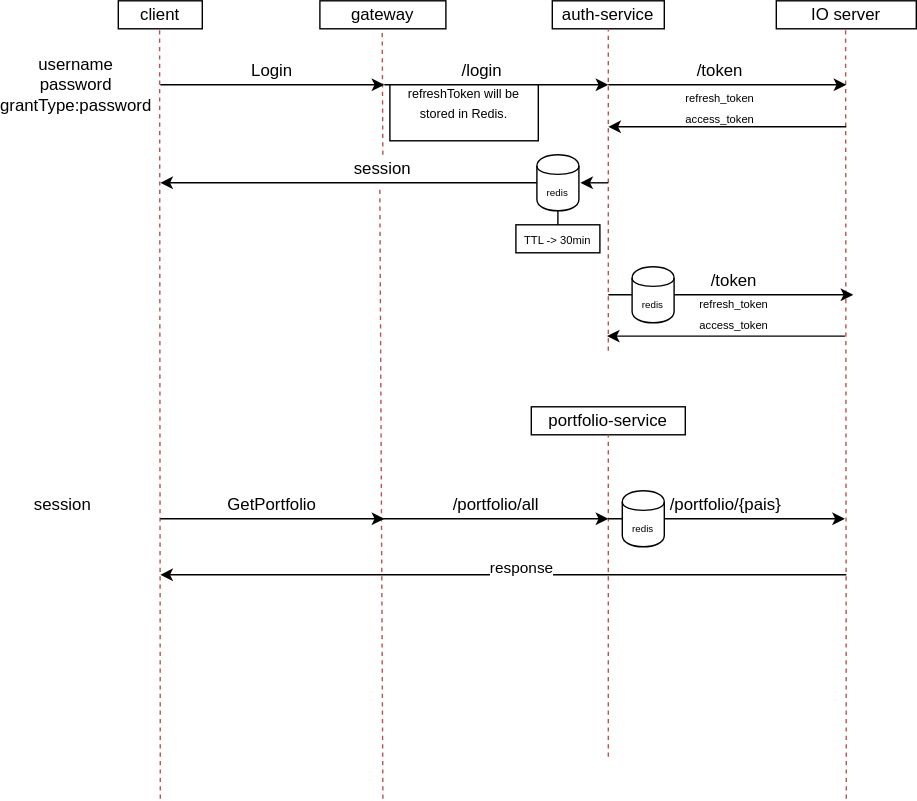
Above: budgetIO.svg in nicolasksq/auth-service-io (draw.io), before the change. Source tidied: cells renumbered, new cells last; positions are measured from the earlier drawing's top-left corner, leaving out a move shared by most shapes.
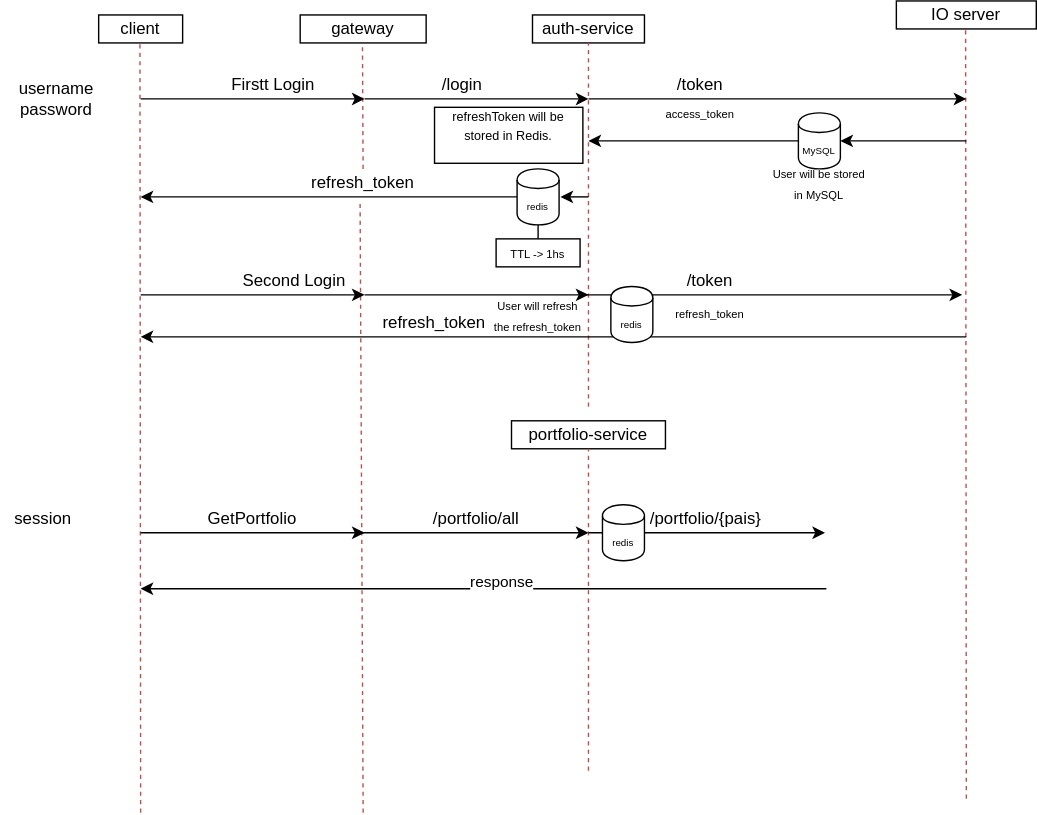
The same diagram one commit later.

The edit, as a diff of the source:
```diff
@@ -15,7 +15,7 @@
       <mxGeometry x="380" width="80" height="20" as="geometry" />
     </mxCell>
     <mxCell id="5" value="IO server" style="rounded=0;whiteSpace=wrap;html=1;" parent="1" vertex="1">
-      <mxGeometry x="540" width="100" height="20" as="geometry" />
+      <mxGeometry x="640" y="-10" width="100" height="20" as="geometry" />
     </mxCell>
     <mxCell id="6" value="gateway" style="rounded=0;whiteSpace=wrap;html=1;" parent="1" vertex="1">
       <mxGeometry x="214" width="90" height="20" as="geometry" />
@@ -27,14 +27,14 @@
     </mxCell>
     <mxCell id="8" style="endArrow=none;dashed=1;html=1;entryX=0.445;entryY=1.1;entryDx=0;entryDy=0;entryPerimeter=0;fillColor=#f8cecc;strokeColor=#b85450;" parent="1" edge="1">
       <mxGeometry relative="1" as="geometry">
-        <mxPoint x="420" y="250" as="sourcePoint" />
+        <mxPoint x="420" y="280" as="sourcePoint" />
         <mxPoint x="420" y="20" as="targetPoint" />
       </mxGeometry>
     </mxCell>
     <mxCell id="9" style="endArrow=none;dashed=1;html=1;entryX=0.445;entryY=1.1;entryDx=0;entryDy=0;entryPerimeter=0;fillColor=#f8cecc;strokeColor=#b85450;" parent="1" edge="1">
       <mxGeometry relative="1" as="geometry">
-        <mxPoint x="590" y="570" as="sourcePoint" />
-        <mxPoint x="589.5" y="20" as="targetPoint" />
+        <mxPoint x="690" y="560" as="sourcePoint" />
+        <mxPoint x="689.5" y="10" as="targetPoint" />
       </mxGeometry>
     </mxCell>
     <mxCell id="10" style="endArrow=classic;html=1;" parent="1" edge="1">
@@ -43,8 +43,8 @@
         <mxPoint x="260" y="60" as="targetPoint" />
       </mxGeometry>
     </mxCell>
-    <mxCell id="11" value="Login&lt;br&gt;" style="text;html=1;strokeColor=none;fillColor=none;align=center;verticalAlign=middle;whiteSpace=wrap;rounded=0;" parent="1" vertex="1">
-      <mxGeometry x="160" y="40" width="40" height="20" as="geometry" />
+    <mxCell id="11" value="Firstt Login" style="text;html=1;strokeColor=none;fillColor=none;align=center;verticalAlign=middle;whiteSpace=wrap;rounded=0;" parent="1" vertex="1">
+      <mxGeometry x="160" y="40" width="70" height="20" as="geometry" />
     </mxCell>
     <mxCell id="12" style="endArrow=classic;html=1;" parent="1" edge="1">
       <mxGeometry relative="1" as="geometry">
@@ -55,7 +55,7 @@
     <mxCell id="13" value="/login" style="text;html=1;strokeColor=none;fillColor=none;align=center;verticalAlign=middle;whiteSpace=wrap;rounded=0;" parent="1" vertex="1">
       <mxGeometry x="310" y="40" width="40" height="20" as="geometry" />
     </mxCell>
-    <mxCell id="14" value="username&lt;br&gt;password&lt;br&gt;grantType:password" style="text;html=1;strokeColor=none;fillColor=none;align=center;verticalAlign=middle;whiteSpace=wrap;rounded=0;" parent="1" vertex="1">
+    <mxCell id="14" value="username&lt;br&gt;password&lt;br&gt;" style="text;html=1;strokeColor=none;fillColor=none;align=center;verticalAlign=middle;whiteSpace=wrap;rounded=0;" parent="1" vertex="1">
       <mxGeometry x="20" y="50" width="40" height="20" as="geometry" />
     </mxCell>
     <mxCell id="15" style="endArrow=classic;html=1;exitX=0;exitY=0.5;exitDx=0;exitDy=0;" parent="1" edge="1" source="23">
@@ -63,7 +63,7 @@
         <mxPoint x="100" y="130" as="targetPoint" />
       </mxGeometry>
     </mxCell>
-    <mxCell id="16" value="session" style="text;html=1;strokeColor=none;fillColor=none;align=center;verticalAlign=middle;whiteSpace=wrap;rounded=0;" parent="1" vertex="1">
+    <mxCell id="16" value="refresh_token" style="text;html=1;strokeColor=none;fillColor=none;align=center;verticalAlign=middle;whiteSpace=wrap;rounded=0;" parent="1" vertex="1">
       <mxGeometry x="239" y="110" width="40" height="20" as="geometry" />
     </mxCell>
     <mxCell id="17" style="endArrow=none;dashed=1;html=1;entryX=0.445;entryY=1.1;entryDx=0;entryDy=0;entryPerimeter=0;fillColor=#f8cecc;strokeColor=#b85450;" parent="1" edge="1" target="16">
@@ -74,23 +74,19 @@
     <mxCell id="18" style="endArrow=classic;html=1;" parent="1" edge="1">
       <mxGeometry relative="1" as="geometry">
         <mxPoint x="420" y="60" as="sourcePoint" />
-        <mxPoint x="590" y="60" as="targetPoint" />
+        <mxPoint x="690" y="60" as="targetPoint" />
       </mxGeometry>
     </mxCell>
     <mxCell id="19" value="/token" style="text;html=1;strokeColor=none;fillColor=none;align=center;verticalAlign=middle;whiteSpace=wrap;rounded=0;" parent="1" vertex="1">
       <mxGeometry x="480" y="40" width="40" height="20" as="geometry" />
     </mxCell>
-    <mxCell id="20" style="endArrow=classic;html=1;" parent="1" edge="1">
+    <mxCell id="20" style="endArrow=classic;html=1;" parent="1" edge="1" source="44">
       <mxGeometry relative="1" as="geometry">
-        <mxPoint x="590" y="90" as="sourcePoint" />
         <mxPoint x="420" y="90" as="targetPoint" />
       </mxGeometry>
     </mxCell>
-    <mxCell id="21" value="&lt;font style=&quot;font-size: 8px&quot;&gt;refresh_token&lt;br&gt;access_token&lt;/font&gt;" style="text;html=1;strokeColor=none;fillColor=none;align=center;verticalAlign=middle;whiteSpace=wrap;rounded=0;" parent="1" vertex="1">
-      <mxGeometry x="480" y="66" width="40" height="20" as="geometry" />
-    </mxCell>
     <mxCell id="22" value="&lt;font style=&quot;font-size: 9px&quot;&gt;refreshToken will be stored in Redis.&lt;br&gt;&lt;br&gt;&lt;/font&gt;" style="rounded=0;whiteSpace=wrap;html=1;" parent="1" vertex="1">
-      <mxGeometry x="264" y="60" width="106" height="40" as="geometry" />
+      <mxGeometry x="310" y="66" width="106" height="40" as="geometry" />
     </mxCell>
     <mxCell id="23" value="&lt;font style=&quot;font-size: 7px&quot;&gt;redis&lt;/font&gt;" style="shape=cylinder;whiteSpace=wrap;html=1;boundedLbl=1;backgroundOutline=1;" parent="1" vertex="1">
       <mxGeometry x="369" y="110" width="30" height="40" as="geometry" />
@@ -101,7 +97,7 @@
         <mxPoint x="400" y="130" as="targetPoint" />
       </mxGeometry>
     </mxCell>
-    <mxCell id="25" value="&lt;font style=&quot;font-size: 8px&quot;&gt;TTL -&amp;gt; 30min&lt;/font&gt;" style="rounded=0;whiteSpace=wrap;html=1;" parent="1" vertex="1">
+    <mxCell id="25" value="&lt;font style=&quot;font-size: 8px&quot;&gt;TTL -&amp;gt; 1hs&lt;/font&gt;" style="rounded=0;whiteSpace=wrap;html=1;" parent="1" vertex="1">
       <mxGeometry x="354" y="160" width="60" height="20" as="geometry" />
     </mxCell>
     <mxCell id="26" style="endArrow=none;html=1;exitX=0.5;exitY=0;exitDx=0;exitDy=0;entryX=0.5;entryY=1;entryDx=0;entryDy=0;" parent="1" edge="1" source="25" target="23">
@@ -109,24 +105,24 @@
     </mxCell>
     <mxCell id="27" style="endArrow=classic;html=1;" parent="1" edge="1">
       <mxGeometry relative="1" as="geometry">
-        <mxPoint x="420" y="210" as="sourcePoint" />
-        <mxPoint x="595" y="210" as="targetPoint" />
+        <mxPoint x="417" y="200" as="sourcePoint" />
+        <mxPoint x="687" y="200" as="targetPoint" />
       </mxGeometry>
     </mxCell>
     <mxCell id="28" style="endArrow=classic;html=1;" parent="1" edge="1">
       <mxGeometry relative="1" as="geometry">
-        <mxPoint x="589" y="239.5" as="sourcePoint" />
-        <mxPoint x="419" y="239.5" as="targetPoint" />
+        <mxPoint x="690" y="230" as="sourcePoint" />
+        <mxPoint x="100" y="230" as="targetPoint" />
       </mxGeometry>
     </mxCell>
     <mxCell id="29" value="/token" style="text;html=1;strokeColor=none;fillColor=none;align=center;verticalAlign=middle;whiteSpace=wrap;rounded=0;" parent="1" vertex="1">
-      <mxGeometry x="490" y="190" width="40" height="20" as="geometry" />
+      <mxGeometry x="487" y="180" width="40" height="20" as="geometry" />
     </mxCell>
-    <mxCell id="30" value="&lt;font style=&quot;font-size: 8px&quot;&gt;refresh_token&lt;br&gt;access_token&lt;/font&gt;" style="text;html=1;strokeColor=none;fillColor=none;align=center;verticalAlign=middle;whiteSpace=wrap;rounded=0;" parent="1" vertex="1">
-      <mxGeometry x="490" y="213" width="40" height="20" as="geometry" />
+    <mxCell id="30" value="&lt;font style=&quot;font-size: 8px&quot;&gt;refresh_token&lt;br&gt;&lt;/font&gt;" style="text;html=1;strokeColor=none;fillColor=none;align=center;verticalAlign=middle;whiteSpace=wrap;rounded=0;" parent="1" vertex="1">
+      <mxGeometry x="487" y="203" width="40" height="20" as="geometry" />
     </mxCell>
     <mxCell id="31" value="&lt;font style=&quot;font-size: 7px&quot;&gt;redis&lt;/font&gt;" style="shape=cylinder;whiteSpace=wrap;html=1;boundedLbl=1;backgroundOutline=1;" parent="1" vertex="1">
-      <mxGeometry x="437" y="190" width="30" height="40" as="geometry" />
+      <mxGeometry x="436" y="194" width="30" height="40" as="geometry" />
     </mxCell>
     <mxCell id="32" value="&lt;font style=&quot;font-size: 12px&quot;&gt;session&lt;/font&gt;" style="text;html=1;align=center;verticalAlign=middle;" parent="1" vertex="1">
       <mxGeometry y="350" width="60" height="20" as="geometry" />
@@ -179,5 +175,40 @@
     <mxCell id="43" value="&lt;font style=&quot;font-size: 7px&quot;&gt;redis&lt;/font&gt;" style="shape=cylinder;whiteSpace=wrap;html=1;boundedLbl=1;backgroundOutline=1;" parent="1" vertex="1">
       <mxGeometry x="430" y="350" width="30" height="40" as="geometry" />
     </mxCell>
+    <mxCell id="44" value="&lt;font style=&quot;font-size: 7px&quot;&gt;MySQL&lt;/font&gt;" style="shape=cylinder;whiteSpace=wrap;html=1;boundedLbl=1;backgroundOutline=1;" parent="1" vertex="1">
+      <mxGeometry x="570" y="70" width="30" height="40" as="geometry" />
+    </mxCell>
+    <mxCell id="45" style="endArrow=classic;html=1;" parent="1" edge="1" target="44">
+      <mxGeometry relative="1" as="geometry">
+        <mxPoint x="690" y="90" as="sourcePoint" />
+      </mxGeometry>
+    </mxCell>
+    <mxCell id="46" value="&lt;font style=&quot;font-size: 8px&quot;&gt;User will be stored in MySQL&lt;/font&gt;" style="text;html=1;strokeColor=none;fillColor=none;align=center;verticalAlign=middle;whiteSpace=wrap;rounded=0;" parent="1" vertex="1">
+      <mxGeometry x="550" y="110" width="70" height="20" as="geometry" />
+    </mxCell>
+    <mxCell id="47" style="endArrow=classic;html=1;" parent="1" edge="1">
+      <mxGeometry relative="1" as="geometry">
+        <mxPoint x="100" y="200" as="sourcePoint" />
+        <mxPoint x="260" y="200" as="targetPoint" />
+      </mxGeometry>
+    </mxCell>
+    <mxCell id="48" value="Second Login" style="text;html=1;strokeColor=none;fillColor=none;align=center;verticalAlign=middle;whiteSpace=wrap;rounded=0;" parent="1" vertex="1">
+      <mxGeometry x="160" y="180" width="100" height="20" as="geometry" />
+    </mxCell>
+    <mxCell id="49" style="endArrow=classic;html=1;" parent="1" edge="1">
+      <mxGeometry relative="1" as="geometry">
+        <mxPoint x="260" y="200" as="sourcePoint" />
+        <mxPoint x="420" y="200" as="targetPoint" />
+      </mxGeometry>
+    </mxCell>
+    <mxCell id="50" value="&lt;font style=&quot;font-size: 8px&quot;&gt;access_token&lt;br&gt;&lt;/font&gt;" style="text;html=1;strokeColor=none;fillColor=none;align=center;verticalAlign=middle;whiteSpace=wrap;rounded=0;" parent="1" vertex="1">
+      <mxGeometry x="480" y="60" width="40" height="20" as="geometry" />
+    </mxCell>
+    <mxCell id="51" value="refresh_token" style="text;html=1;strokeColor=none;fillColor=none;align=center;verticalAlign=middle;whiteSpace=wrap;rounded=0;" parent="1" vertex="1">
+      <mxGeometry x="290" y="210" width="40" height="20" as="geometry" />
+    </mxCell>
+    <mxCell id="52" value="&lt;font style=&quot;font-size: 8px&quot;&gt;User will refresh the refresh_token&lt;/font&gt;" style="text;html=1;strokeColor=none;fillColor=none;align=center;verticalAlign=middle;whiteSpace=wrap;rounded=0;" parent="1" vertex="1">
+      <mxGeometry x="348.5" y="204" width="70" height="20" as="geometry" />
+    </mxCell>
   </root>
 </mxGraphModel>
```
